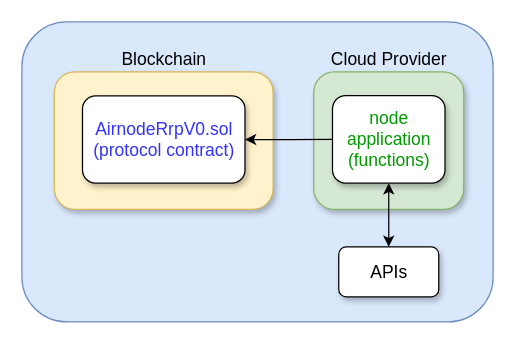
This is docs/explore/assets/diagrams/summary-airnode-2-parts.drawio from api3dao/vitepress-docs, a draw.io file, before an edit. Source tidied: cells renumbered, new cells numbered last; positions are measured from the earlier drawing's top-left corner, leaving out a move shared by most shapes. Both pictures are drawn from the tidied source at 125%, with x=0, y=0 at pixel (21, 21).
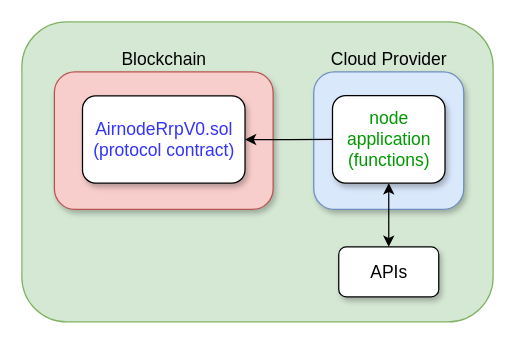
The same diagram, later.

Change to the diagram source:
```diff
@@
 <mxGraphModel>
   <root>
     <mxCell id="0" />
     <mxCell id="1" parent="0" />
-    <mxCell id="2" style="rounded=1;whiteSpace=wrap;html=1;fillColor=#dae8fc;strokeColor=#6c8ebf;" parent="1" vertex="1">
+    <mxCell id="2" style="rounded=1;whiteSpace=wrap;html=1;fillColor=#d5e8d4;strokeColor=#82b366;" parent="1" vertex="1">
       <mxGeometry width="377" height="240" as="geometry" />
     </mxCell>
-    <mxCell id="3" style="rounded=1;whiteSpace=wrap;html=1;fillColor=#d5e8d4;strokeColor=#82b366;shadow=1;" parent="1" vertex="1">
+    <mxCell id="3" style="rounded=1;whiteSpace=wrap;html=1;fillColor=#dae8fc;strokeColor=#6c8ebf;shadow=1;" parent="1" vertex="1">
       <mxGeometry x="233.5" y="40" width="120" height="110" as="geometry" />
     </mxCell>
     <mxCell id="4" value="&lt;font style=&quot;font-size: 14px&quot;&gt;APIs&lt;/font&gt;" style="rounded=1;whiteSpace=wrap;html=1;shadow=1;" parent="1" vertex="1">
       <mxGeometry x="253.5" y="180" width="80" height="40" as="geometry" />
     </mxCell>
     <mxCell id="5" style="edgeStyle=orthogonalEdgeStyle;rounded=0;jettySize=auto;html=1;entryX=0.5;entryY=0;entryDx=0;entryDy=0;startArrow=classic;startFill=1;" parent="1" edge="1" source="6" target="4">
       <mxGeometry relative="1" as="geometry" />
     </mxCell>
     <mxCell id="6" value="&lt;font style=&quot;font-size: 14px&quot; color=&quot;#009900&quot;&gt;node&lt;br&gt;application&lt;br&gt;(functions)&lt;/font&gt;" style="rounded=1;whiteSpace=wrap;html=1;shadow=1;" parent="1" vertex="1">
       <mxGeometry x="248.5" y="59" width="90" height="70" as="geometry" />
     </mxCell>
-    <mxCell id="7" style="rounded=1;whiteSpace=wrap;html=1;fillColor=#fff2cc;strokeColor=#d6b656;shadow=1;" parent="1" vertex="1">
+    <mxCell id="7" style="rounded=1;whiteSpace=wrap;html=1;fillColor=#f8cecc;strokeColor=#b85450;shadow=1;" parent="1" vertex="1">
       <mxGeometry x="26" y="40" width="175" height="110" as="geometry" />
     </mxCell>
     <mxCell id="8" value="Blockchain" style="text;html=1;strokeColor=none;fillColor=none;align=center;verticalAlign=middle;whiteSpace=wrap;rounded=0;fontSize=14;" parent="1" vertex="1">
       <mxGeometry x="13.5" y="20" width="200" height="20" as="geometry" />
     </mxCell>
     <mxCell id="9" style="edgeStyle=orthogonalEdgeStyle;rounded=0;jettySize=auto;html=1;exitX=1;exitY=0.5;exitDx=0;exitDy=0;entryX=0;entryY=0.5;entryDx=0;entryDy=0;startArrow=classic;startFill=1;strokeColor=#000000;endArrow=none;endFill=0;" parent="1" edge="1" source="11" target="6">
       <mxGeometry relative="1" as="geometry" />
     </mxCell>
     <mxCell id="10" value="&lt;span style=&quot;font-size: 14px&quot;&gt;Cloud Provider&lt;/span&gt;" style="text;html=1;strokeColor=none;fillColor=none;align=center;verticalAlign=middle;whiteSpace=wrap;rounded=0;fontStyle=0;fontSize=14;" parent="1" vertex="1">
       <mxGeometry x="223.5" y="20" width="140" height="20" as="geometry" />
     </mxCell>
     <mxCell id="11" value="&lt;font style=&quot;font-size: 14px&quot; color=&quot;#3333ff&quot;&gt;AirnodeRrpV0.sol&lt;br&gt;(protocol contract)&lt;/font&gt;" style="rounded=1;whiteSpace=wrap;html=1;shadow=1;" parent="1" vertex="1">
       <mxGeometry x="48.5" y="59.2" width="130" height="69.8" as="geometry" />
     </mxCell>
   </root>
 </mxGraphModel>
```
